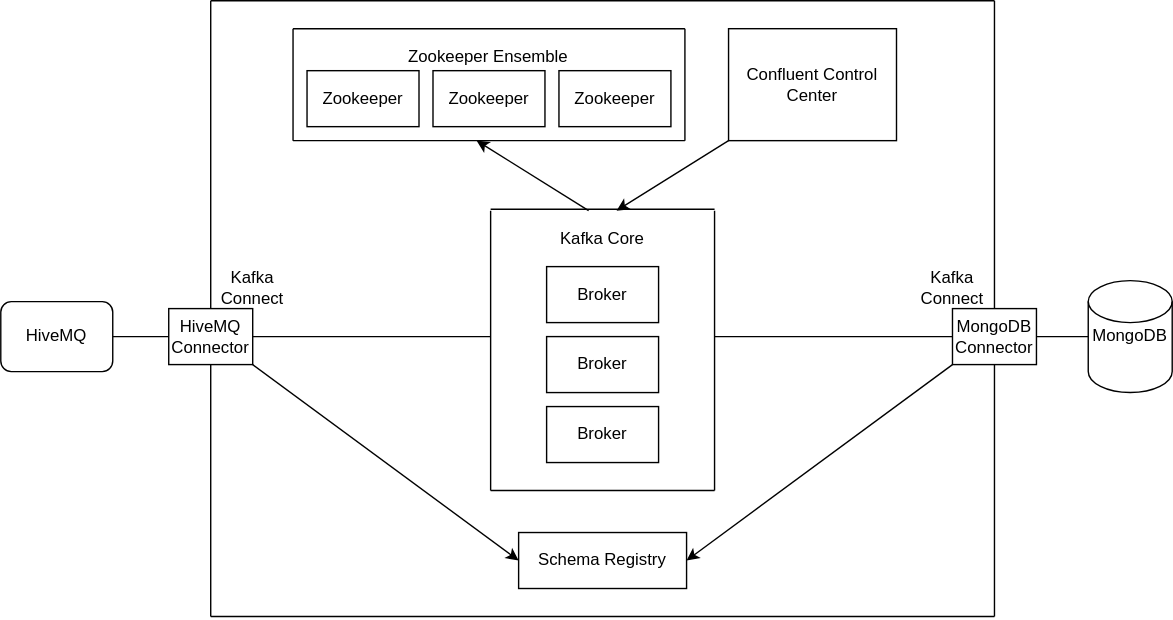
Above: Kafka_cluster_diagram_v3.svg in NovatecConsulting/showcase-kafka-iot-emob (draw.io), before the change. Source tidied: cells renumbered, new cells last; positions are measured from the earlier drawing's top-left corner, leaving out a move shared by most shapes.
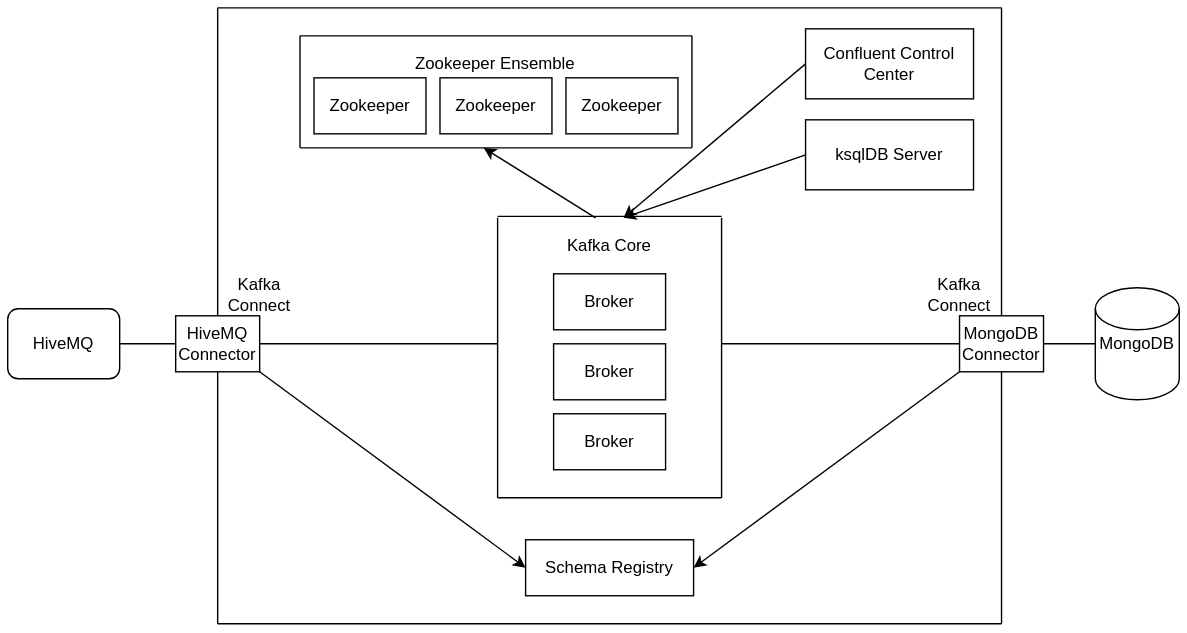
After the change.

Commit message:
Update component overview diagram

What changed in the source:
```diff
@@ -3,7 +3,7 @@
     <mxCell id="0" />
     <mxCell id="1" parent="0" />
     <mxCell id="2" value="Confluent Control Center" style="rounded=0;whiteSpace=wrap;html=1;" parent="1" vertex="1">
-      <mxGeometry x="520" y="20" width="120" height="80" as="geometry" />
+      <mxGeometry x="570" y="15" width="120" height="50" as="geometry" />
     </mxCell>
     <mxCell id="3" value="Schema Registry" style="rounded=0;whiteSpace=wrap;html=1;" parent="1" vertex="1">
       <mxGeometry x="370" y="380" width="120" height="40" as="geometry" />
@@ -92,7 +92,7 @@
         <mxPoint x="340" y="100" as="targetPoint" />
       </mxGeometry>
     </mxCell>
-    <mxCell id="23" style="endArrow=classic;html=1;exitX=0;exitY=1;exitDx=0;exitDy=0;" parent="1" edge="1" source="2">
+    <mxCell id="23" style="endArrow=classic;html=1;exitX=0;exitY=0.5;exitDx=0;exitDy=0;" parent="1" edge="1" source="2">
       <mxGeometry relative="1" as="geometry">
         <mxPoint x="440" y="150" as="targetPoint" />
       </mxGeometry>
@@ -163,5 +163,13 @@
     <mxCell id="39" value="Kafka Connect" style="text;html=1;strokeColor=none;fillColor=none;align=center;verticalAlign=middle;whiteSpace=wrap;rounded=0;" parent="1" vertex="1">
       <mxGeometry x="160" y="195" width="40" height="20" as="geometry" />
     </mxCell>
+    <mxCell id="40" value="ksqlDB Server" style="rounded=0;whiteSpace=wrap;html=1;" parent="1" vertex="1">
+      <mxGeometry x="570" y="80" width="120" height="50" as="geometry" />
+    </mxCell>
+    <mxCell id="41" style="endArrow=classic;html=1;exitX=0;exitY=0.5;exitDx=0;exitDy=0;" parent="1" edge="1" source="40">
+      <mxGeometry relative="1" as="geometry">
+        <mxPoint x="440" y="150" as="targetPoint" />
+      </mxGeometry>
+    </mxCell>
   </root>
 </mxGraphModel>
```
